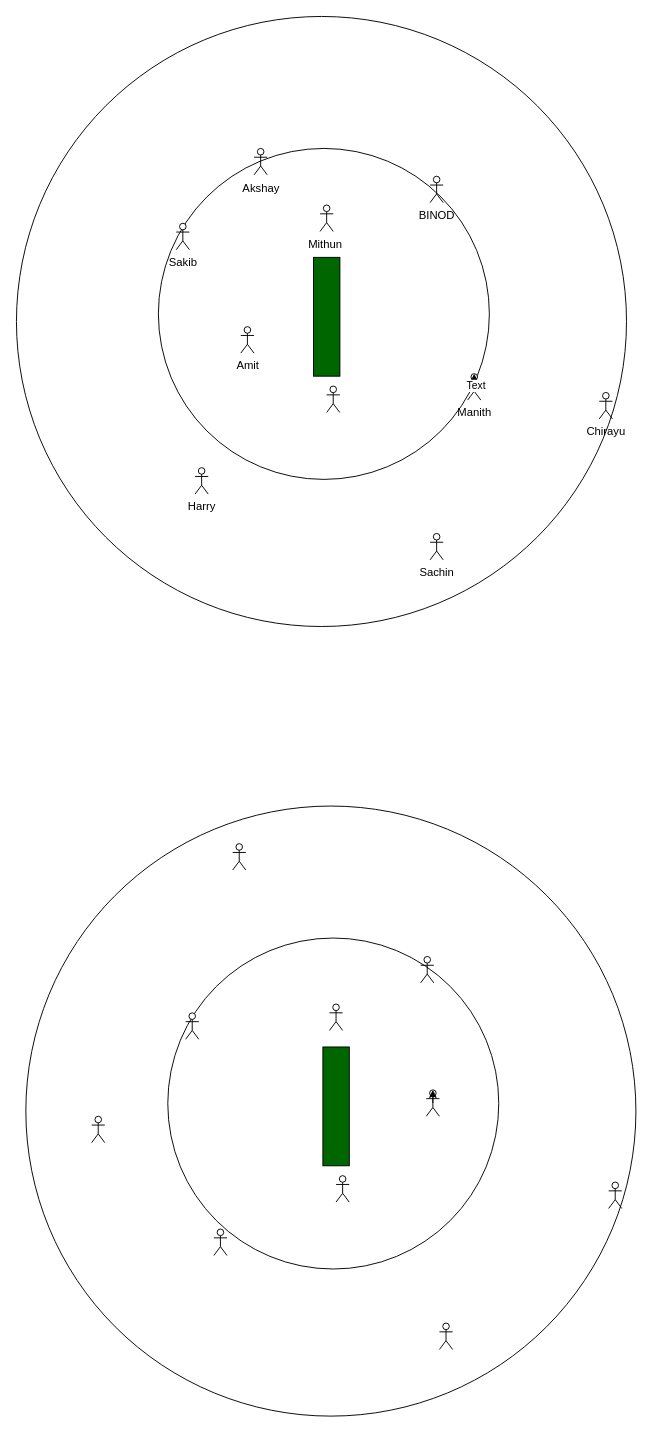
Before: Untitled Diagram.drawio in amitjs2021/amitjs2021, a draw.io diagram. Source tidied: cells renumbered, new cells numbered last; positions are measured from the earlier drawing's top-left corner, leaving out a move shared by most shapes. Both pictures are drawn from the tidied source at 94%, with x=0, y=0 at pixel (16, 16).
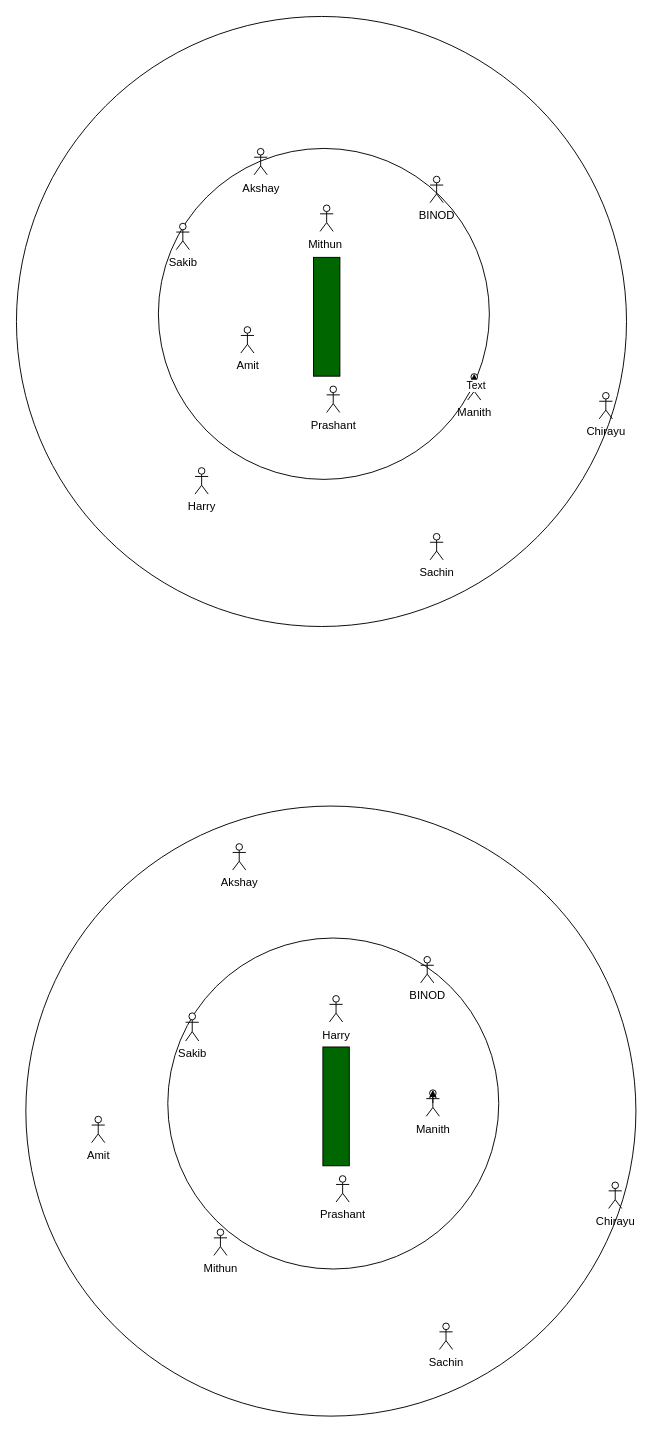
After the change.

Unchanged cells that the change refers to:
```xml
<mxCell id="5" style="group;" parent="4" vertex="1">
  <mxGeometry width="660" height="660" as="geometry" />
</mxCell>
```

Diff of the diagram source:
```diff
@@
-    <mxCell id="8" style="shape=umlActor;verticalLabelPosition=bottom;verticalAlign=top;html=1;fillColor=#FFFFFF;" parent="5" vertex="1">
+    <mxCell id="8" value="Prashant" style="shape=umlActor;verticalLabelPosition=bottom;verticalAlign=top;html=1;fillColor=#FFFFFF;" parent="5" vertex="1">
       <mxGeometry x="330" y="393.2" width="14" height="28.1" as="geometry" />
     </mxCell>
@@
-    <mxCell id="22" style="shape=umlActor;verticalLabelPosition=bottom;verticalAlign=top;html=1;fillColor=#FFFFFF;" parent="1" vertex="1">
-      <mxGeometry x="333" y="1050.6" width="14" height="28.1" as="geometry" />
+    <mxCell id="22" value="Harry" style="shape=umlActor;verticalLabelPosition=bottom;verticalAlign=top;html=1;fillColor=#FFFFFF;" parent="1" vertex="1">
+      <mxGeometry x="333" y="1041.6" width="14" height="28.1" as="geometry" />
     </mxCell>
-    <mxCell id="23" style="shape=umlActor;verticalLabelPosition=bottom;verticalAlign=top;html=1;fillColor=#FFFFFF;" parent="1" vertex="1">
+    <mxCell id="23" value="Akshay" style="shape=umlActor;verticalLabelPosition=bottom;verticalAlign=top;html=1;fillColor=#FFFFFF;" parent="1" vertex="1">
       <mxGeometry x="230" y="880" width="14" height="28.1" as="geometry" />
     </mxCell>
-    <mxCell id="24" style="shape=umlActor;verticalLabelPosition=bottom;verticalAlign=top;html=1;fillColor=#FFFFFF;" parent="1" vertex="1">
+    <mxCell id="24" value="Sachin" style="shape=umlActor;verticalLabelPosition=bottom;verticalAlign=top;html=1;fillColor=#FFFFFF;" parent="1" vertex="1">
       <mxGeometry x="450" y="1390" width="14" height="28.1" as="geometry" />
     </mxCell>
-    <mxCell id="25" style="shape=umlActor;verticalLabelPosition=bottom;verticalAlign=top;html=1;fillColor=#FFFFFF;" parent="1" vertex="1">
+    <mxCell id="25" value="Mithun" style="shape=umlActor;verticalLabelPosition=bottom;verticalAlign=top;html=1;fillColor=#FFFFFF;" parent="1" vertex="1">
       <mxGeometry x="210" y="1290" width="14" height="28.1" as="geometry" />
     </mxCell>
-    <mxCell id="26" style="shape=umlActor;verticalLabelPosition=bottom;verticalAlign=top;html=1;fillColor=#FFFFFF;" parent="1" vertex="1">
+    <mxCell id="26" value="Chirayu" style="shape=umlActor;verticalLabelPosition=bottom;verticalAlign=top;html=1;fillColor=#FFFFFF;" parent="1" vertex="1">
       <mxGeometry x="630" y="1240" width="14" height="28.1" as="geometry" />
     </mxCell>
-    <mxCell id="27" style="shape=umlActor;verticalLabelPosition=bottom;verticalAlign=top;html=1;fillColor=#FFFFFF;" parent="1" vertex="1">
+    <mxCell id="27" value="Amit" style="shape=umlActor;verticalLabelPosition=bottom;verticalAlign=top;html=1;fillColor=#FFFFFF;" parent="1" vertex="1">
       <mxGeometry x="80" y="1170" width="14" height="28.1" as="geometry" />
     </mxCell>
-    <mxCell id="28" style="shape=umlActor;verticalLabelPosition=bottom;verticalAlign=top;html=1;fillColor=#FFFFFF;" parent="1" vertex="1">
-      <mxGeometry x="180" y="1060" width="14" height="28.1" as="geometry" />
+    <mxCell id="28" value="Sakib" style="shape=umlActor;verticalLabelPosition=bottom;verticalAlign=top;html=1;fillColor=#FFFFFF;" parent="1" vertex="1">
+      <mxGeometry x="180" y="1060" width="14" height="30" as="geometry" />
     </mxCell>
-    <mxCell id="29" style="shape=umlActor;verticalLabelPosition=bottom;verticalAlign=top;html=1;fillColor=#FFFFFF;" parent="1" vertex="1">
+    <mxCell id="29" value="Prashant" style="shape=umlActor;verticalLabelPosition=bottom;verticalAlign=top;html=1;fillColor=#FFFFFF;" parent="1" vertex="1">
       <mxGeometry x="340" y="1233.2" width="14" height="28.1" as="geometry" />
     </mxCell>
-    <mxCell id="30" style="shape=umlActor;verticalLabelPosition=bottom;verticalAlign=top;html=1;outlineConnect=0;fillColor=#FFFFFF;" parent="1" vertex="1">
+    <mxCell id="30" value="Manith" style="shape=umlActor;verticalLabelPosition=bottom;verticalAlign=top;html=1;outlineConnect=0;fillColor=#FFFFFF;" parent="1" vertex="1">
       <mxGeometry x="436" y="1141.9" width="14" height="28.1" as="geometry" />
     </mxCell>
-    <mxCell id="31" style="shape=umlActor;verticalLabelPosition=bottom;verticalAlign=top;html=1;fillColor=#FFFFFF;" parent="1" vertex="1">
+    <mxCell id="31" value="BINOD" style="shape=umlActor;verticalLabelPosition=bottom;verticalAlign=top;html=1;fillColor=#FFFFFF;" parent="1" vertex="1">
       <mxGeometry x="430" y="1000" width="14" height="28.1" as="geometry" />
     </mxCell>
```
